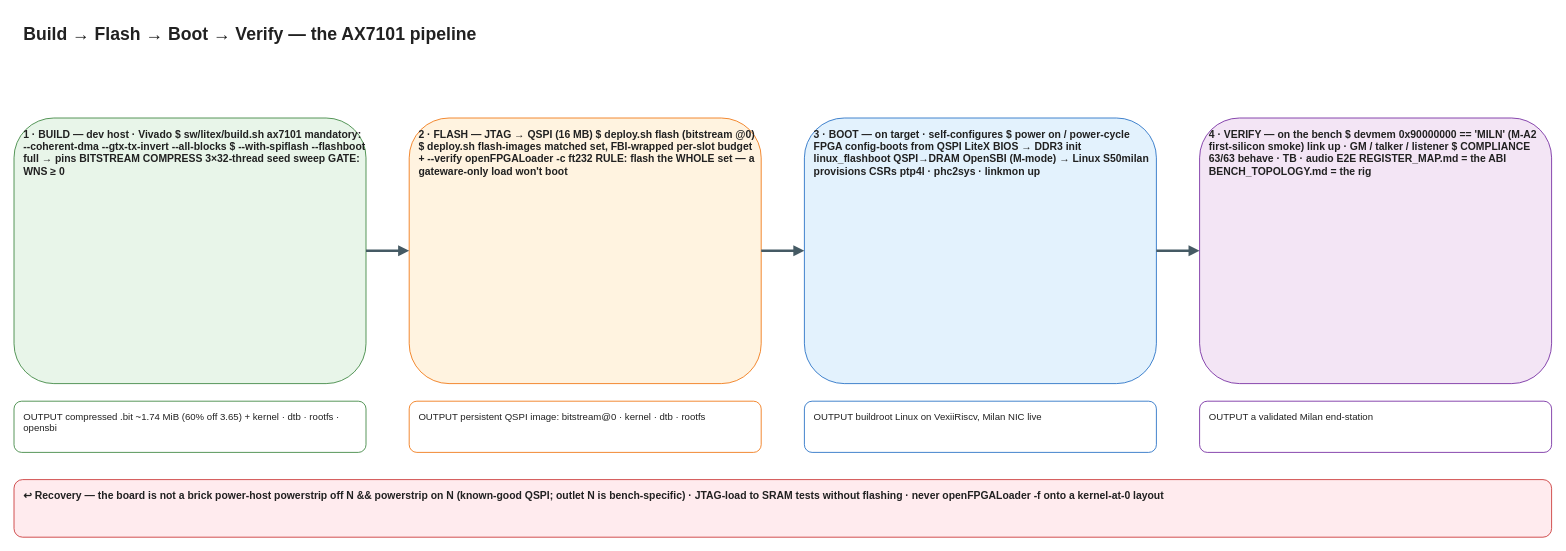
Earlier version of the draw.io diagram docs/BUILD_FLASH_BOOT.drawio (kebag-logic/milan-fpga). Source tidied: cells renumbered, new cells numbered last; positions are measured from the earlier drawing's top-left corner, leaving out a move shared by most shapes. Both pictures are drawn from the tidied source at 80%, with x=0, y=0 at pixel (14, 14).
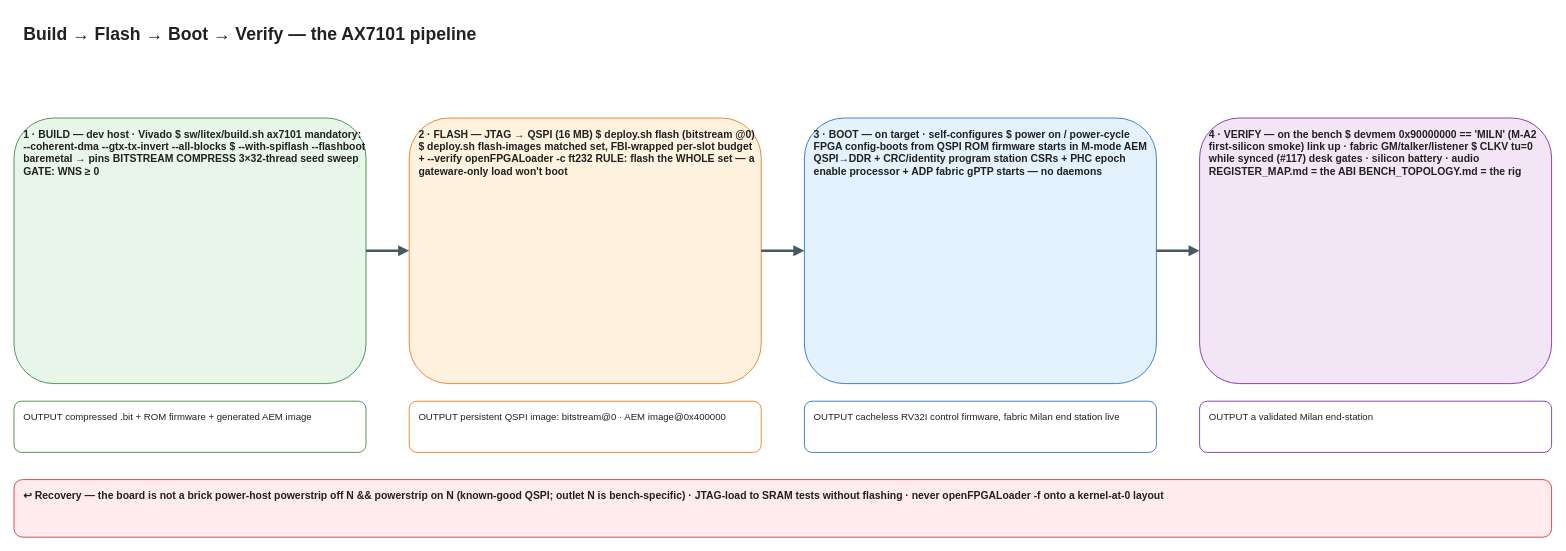
Above is the later version.

Diff of the diagram source:
```diff
@@
 <mxGraphModel>
   <root>
     <mxCell id="0" />
     <mxCell id="1" parent="0" />
     <mxCell id="2" value="Build → Flash → Boot → Verify — the AX7101 pipeline" style="rounded=1;whiteSpace=wrap;html=1;fillColor=none;strokeColor=none;fontSize=22;align=left;verticalAlign=top;spacingLeft=10;spacingTop=6;fontColor=#212121;fontStyle=1;" parent="1" vertex="1">
       <mxGeometry width="1200" height="34" as="geometry" />
     </mxCell>
-    <mxCell id="3" value="1 · BUILD   —   dev host · Vivado  $ sw/litex/build.sh ax7101   mandatory: --coherent-dma   --gtx-tx-invert --all-blocks $ --with-spiflash --flashboot full     → pins BITSTREAM COMPRESS   3×32-thread seed sweep   GATE: WNS ≥ 0" style="rounded=1;whiteSpace=wrap;html=1;fillColor=#E8F5E9;strokeColor=#2E7D32;fontSize=13;align=left;verticalAlign=top;spacingLeft=10;spacingTop=6;fontColor=#212121;fontStyle=1;" parent="1" vertex="1">
+    <mxCell id="3" value="1 · BUILD   —   dev host · Vivado  $ sw/litex/build.sh ax7101   mandatory: --coherent-dma   --gtx-tx-invert --all-blocks $ --with-spiflash --flashboot baremetal     → pins BITSTREAM COMPRESS   3×32-thread seed sweep   GATE: WNS ≥ 0" style="rounded=1;whiteSpace=wrap;html=1;fillColor=#E8F5E9;strokeColor=#2E7D32;fontSize=13;align=left;verticalAlign=top;spacingLeft=10;spacingTop=6;fontColor=#212121;fontStyle=1;" parent="1" vertex="1">
       <mxGeometry y="130" width="440" height="332" as="geometry" />
     </mxCell>
-    <mxCell id="4" value="OUTPUT compressed .bit ~1.74 MiB (60% off 3.65) + kernel · dtb · rootfs · opensbi" style="rounded=1;whiteSpace=wrap;html=1;fillColor=#ffffff;strokeColor=#2E7D32;fontSize=12;align=left;verticalAlign=top;spacingLeft=10;spacingTop=6;fontColor=#212121;" parent="1" vertex="1">
+    <mxCell id="4" value="OUTPUT compressed .bit + ROM firmware + generated AEM image" style="rounded=1;whiteSpace=wrap;html=1;fillColor=#ffffff;strokeColor=#2E7D32;fontSize=12;align=left;verticalAlign=top;spacingLeft=10;spacingTop=6;fontColor=#212121;" parent="1" vertex="1">
       <mxGeometry y="484" width="440" height="64" as="geometry" />
     </mxCell>
     <mxCell id="5" value="2 · FLASH   —   JTAG → QSPI (16 MB)  $ deploy.sh flash  (bitstream @0) $ deploy.sh flash-images     matched set, FBI-wrapped     per-slot budget + --verify   openFPGALoader -c ft232   RULE: flash the WHOLE set —   a gateware-only load won't boot" style="rounded=1;whiteSpace=wrap;html=1;fillColor=#FFF3E0;strokeColor=#EF6C00;fontSize=13;align=left;verticalAlign=top;spacingLeft=10;spacingTop=6;fontColor=#212121;fontStyle=1;" parent="1" vertex="1">
       <mxGeometry x="494" y="130" width="440" height="332" as="geometry" />
     </mxCell>
-    <mxCell id="6" value="OUTPUT persistent QSPI image: bitstream@0 · kernel · dtb · rootfs" style="rounded=1;whiteSpace=wrap;html=1;fillColor=#ffffff;strokeColor=#EF6C00;fontSize=12;align=left;verticalAlign=top;spacingLeft=10;spacingTop=6;fontColor=#212121;" parent="1" vertex="1">
+    <mxCell id="6" value="OUTPUT persistent QSPI image: bitstream@0 · AEM image@0x400000" style="rounded=1;whiteSpace=wrap;html=1;fillColor=#ffffff;strokeColor=#EF6C00;fontSize=12;align=left;verticalAlign=top;spacingLeft=10;spacingTop=6;fontColor=#212121;" parent="1" vertex="1">
       <mxGeometry x="494" y="484" width="440" height="64" as="geometry" />
     </mxCell>
-    <mxCell id="7" value="3 · BOOT   —   on target · self-configures  $ power on / power-cycle   FPGA config-boots from QSPI   LiteX BIOS → DDR3 init   linux_flashboot QSPI→DRAM   OpenSBI (M-mode) → Linux   S50milan provisions CSRs   ptp4l · phc2sys · linkmon up" style="rounded=1;whiteSpace=wrap;html=1;fillColor=#E3F2FD;strokeColor=#1565C0;fontSize=13;align=left;verticalAlign=top;spacingLeft=10;spacingTop=6;fontColor=#212121;fontStyle=1;" parent="1" vertex="1">
+    <mxCell id="7" value="3 · BOOT   —   on target · self-configures  $ power on / power-cycle   FPGA config-boots from QSPI   ROM firmware starts in M-mode   AEM QSPI→DDR + CRC/identity   program station CSRs + PHC epoch   enable processor + ADP   fabric gPTP starts — no daemons" style="rounded=1;whiteSpace=wrap;html=1;fillColor=#E3F2FD;strokeColor=#1565C0;fontSize=13;align=left;verticalAlign=top;spacingLeft=10;spacingTop=6;fontColor=#212121;fontStyle=1;" parent="1" vertex="1">
       <mxGeometry x="988" y="130" width="440" height="332" as="geometry" />
     </mxCell>
-    <mxCell id="8" value="OUTPUT buildroot Linux on VexiiRiscv, Milan NIC live" style="rounded=1;whiteSpace=wrap;html=1;fillColor=#ffffff;strokeColor=#1565C0;fontSize=12;align=left;verticalAlign=top;spacingLeft=10;spacingTop=6;fontColor=#212121;" parent="1" vertex="1">
+    <mxCell id="8" value="OUTPUT cacheless RV32I control firmware, fabric Milan end station live" style="rounded=1;whiteSpace=wrap;html=1;fillColor=#ffffff;strokeColor=#1565C0;fontSize=12;align=left;verticalAlign=top;spacingLeft=10;spacingTop=6;fontColor=#212121;" parent="1" vertex="1">
       <mxGeometry x="988" y="484" width="440" height="64" as="geometry" />
     </mxCell>
-    <mxCell id="9" value="4 · VERIFY   —   on the bench  $ devmem 0x90000000 == 'MILN'     (M-A2 first-silicon smoke)   link up · GM / talker / listener $ COMPLIANCE 63/63   behave · TB · audio E2E   REGISTER_MAP.md = the ABI   BENCH_TOPOLOGY.md = the rig" style="rounded=1;whiteSpace=wrap;html=1;fillColor=#F3E5F5;strokeColor=#6A1B9A;fontSize=13;align=left;verticalAlign=top;spacingLeft=10;spacingTop=6;fontColor=#212121;fontStyle=1;" parent="1" vertex="1">
+    <mxCell id="9" value="4 · VERIFY   —   on the bench  $ devmem 0x90000000 == 'MILN'     (M-A2 first-silicon smoke)   link up · fabric GM/talker/listener $ CLKV tu=0 while synced (#117)   desk gates · silicon battery · audio   REGISTER_MAP.md = the ABI   BENCH_TOPOLOGY.md = the rig" style="rounded=1;whiteSpace=wrap;html=1;fillColor=#F3E5F5;strokeColor=#6A1B9A;fontSize=13;align=left;verticalAlign=top;spacingLeft=10;spacingTop=6;fontColor=#212121;fontStyle=1;" parent="1" vertex="1">
       <mxGeometry x="1482" y="130" width="440" height="332" as="geometry" />
     </mxCell>
     <mxCell id="10" value="OUTPUT a validated Milan end-station" style="rounded=1;whiteSpace=wrap;html=1;fillColor=#ffffff;strokeColor=#6A1B9A;fontSize=12;align=left;verticalAlign=top;spacingLeft=10;spacingTop=6;fontColor=#212121;" parent="1" vertex="1">
       <mxGeometry x="1482" y="484" width="440" height="64" as="geometry" />
     </mxCell>
     <mxCell id="11" style="endArrow=block;html=1;strokeColor=#455A64;strokeWidth=3;" parent="1" edge="1" source="3" target="5">
       <mxGeometry relative="1" as="geometry" />
     </mxCell>
     <mxCell id="12" style="endArrow=block;html=1;strokeColor=#455A64;strokeWidth=3;" parent="1" edge="1" source="5" target="7">
       <mxGeometry relative="1" as="geometry" />
     </mxCell>
     <mxCell id="13" style="endArrow=block;html=1;strokeColor=#455A64;strokeWidth=3;" parent="1" edge="1" source="7" target="9">
       <mxGeometry relative="1" as="geometry" />
     </mxCell>
     <mxCell id="14" value="↩ Recovery — the board is not a brick power-host powerstrip off N &amp;&amp; powerstrip on N (known-good QSPI; outlet N is bench-specific) · JTAG-load to SRAM tests without flashing · never openFPGALoader -f onto a kernel-at-0 layout" style="rounded=1;whiteSpace=wrap;html=1;fillColor=#FFEBEE;strokeColor=#C62828;fontSize=13;align=left;verticalAlign=top;spacingLeft=10;spacingTop=6;fontColor=#212121;fontStyle=1;" parent="1" vertex="1">
       <mxGeometry y="582" width="1922" height="72" as="geometry" />
     </mxCell>
   </root>
 </mxGraphModel>
```
